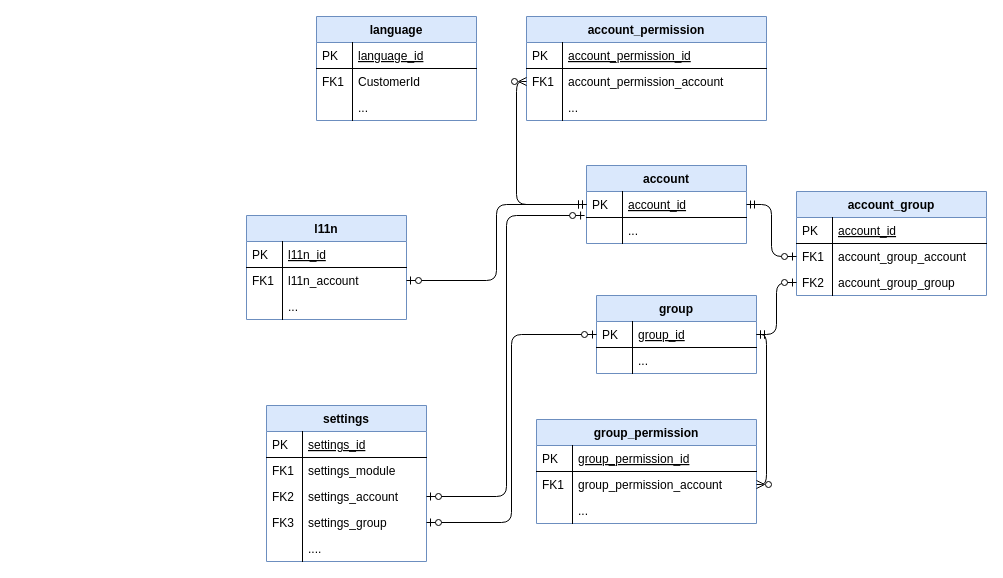
This is page "admin" (2 of 8) of app/UML.drawio from Karaka-Management/Assets, a draw.io file, before an edit. Source tidied: cells renumbered, new cells numbered last; positions are measured from the earlier drawing's top-left corner, leaving out a move shared by most shapes. Both pictures are drawn from the tidied source at 100%, with x=0, y=0 at pixel (246, 16).
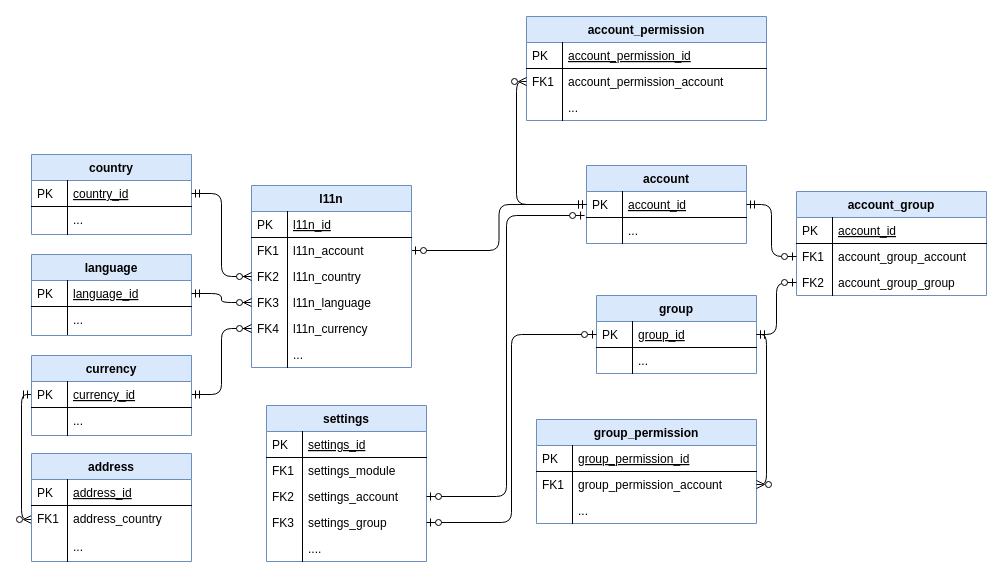
Above is the later version.

What changed in the source:
```diff
@@
-    <mxCell id="12" value="language" style="swimlane;fontStyle=1;horizontal=1;startSize=26;rounded=0;shadow=0;strokeWidth=1;fillColor=#dae8fc;strokeColor=#6c8ebf;" parent="1" vertex="1">
-      <mxGeometry x="70" width="160" height="104" as="geometry" />
-    </mxCell>
-    <mxCell id="13" value="language_id" style="shape=partialRectangle;top=0;left=0;right=0;bottom=1;align=left;verticalAlign=top;fillColor=none;spacingLeft=40;spacingRight=4;overflow=hidden;points=[[0,0.5],[1,0.5]];portConstraint=eastwest;rounded=0;shadow=0;strokeWidth=1;fontStyle=4;" parent="12" vertex="1">
-      <mxGeometry y="26" width="160" height="26" as="geometry" />
-    </mxCell>
-    <mxCell id="14" value="PK" style="shape=partialRectangle;top=0;left=0;bottom=0;fillColor=none;align=left;verticalAlign=top;spacingLeft=4;spacingRight=4;overflow=hidden;" parent="13" vertex="1">
-      <mxGeometry width="36" height="26" as="geometry" />
-    </mxCell>
-    <mxCell id="15" value="CustomerId" style="shape=partialRectangle;top=0;left=0;right=0;bottom=0;align=left;verticalAlign=top;fillColor=none;spacingLeft=40;spacingRight=4;overflow=hidden;rounded=0;shadow=0;strokeWidth=1;" parent="12" vertex="1">
-      <mxGeometry y="52" width="160" height="26" as="geometry" />
-    </mxCell>
-    <mxCell id="16" value="FK1" style="shape=partialRectangle;top=0;left=0;bottom=0;fillColor=none;align=left;verticalAlign=top;spacingLeft=4;spacingRight=4;overflow=hidden;" parent="15" vertex="1">
-      <mxGeometry width="36" height="26" as="geometry" />
-    </mxCell>
-    <mxCell id="17" value="..." style="shape=partialRectangle;top=0;left=0;right=0;bottom=0;align=left;verticalAlign=top;fillColor=none;spacingLeft=40;spacingRight=4;overflow=hidden;rounded=0;shadow=0;strokeWidth=1;" parent="12" vertex="1">
-      <mxGeometry y="78" width="160" height="26" as="geometry" />
-    </mxCell>
-    <mxCell id="18" style="shape=partialRectangle;top=0;left=0;bottom=0;fillColor=none;align=left;verticalAlign=top;spacingLeft=4;spacingRight=4;overflow=hidden;" parent="17" vertex="1">
-      <mxGeometry width="36" height="26" as="geometry" />
-    </mxCell>
-    <mxCell id="19" value="l11n" style="swimlane;fontStyle=1;horizontal=1;startSize=26;rounded=0;shadow=0;strokeWidth=1;fillColor=#dae8fc;strokeColor=#6c8ebf;" parent="1" vertex="1">
-      <mxGeometry y="199" width="160" height="104" as="geometry" />
-    </mxCell>
-    <mxCell id="20" value="l11n_id" style="shape=partialRectangle;top=0;left=0;right=0;bottom=1;align=left;verticalAlign=top;fillColor=none;spacingLeft=40;spacingRight=4;overflow=hidden;rounded=0;shadow=0;strokeWidth=1;fontStyle=4;" parent="19" vertex="1">
-      <mxGeometry y="26" width="160" height="26" as="geometry" />
-    </mxCell>
-    <mxCell id="21" value="PK" style="shape=partialRectangle;top=0;left=0;bottom=0;fillColor=none;align=left;verticalAlign=top;spacingLeft=4;spacingRight=4;overflow=hidden;" parent="20" vertex="1">
-      <mxGeometry width="36" height="26" as="geometry" />
-    </mxCell>
-    <mxCell id="22" value="l11n_account" style="shape=partialRectangle;top=0;left=0;right=0;bottom=0;align=left;verticalAlign=top;fillColor=none;spacingLeft=40;spacingRight=4;overflow=hidden;points=[[0,0.5],[1,0.5]];portConstraint=eastwest;rounded=0;shadow=0;strokeWidth=1;" parent="19" vertex="1">
-      <mxGeometry y="52" width="160" height="26" as="geometry" />
-    </mxCell>
-    <mxCell id="23" value="FK1" style="shape=partialRectangle;top=0;left=0;bottom=0;fillColor=none;align=left;verticalAlign=top;spacingLeft=4;spacingRight=4;overflow=hidden;" parent="22" vertex="1">
-      <mxGeometry width="36" height="26" as="geometry" />
-    </mxCell>
-    <mxCell id="24" value="..." style="shape=partialRectangle;top=0;left=0;right=0;bottom=0;align=left;verticalAlign=top;fillColor=none;spacingLeft=40;spacingRight=4;overflow=hidden;points=[[0,0.5],[1,0.5]];portConstraint=eastwest;rounded=0;shadow=0;strokeWidth=1;" parent="19" vertex="1">
-      <mxGeometry y="78" width="160" height="26" as="geometry" />
-    </mxCell>
-    <mxCell id="25" style="shape=partialRectangle;top=0;left=0;bottom=0;fillColor=none;align=left;verticalAlign=top;spacingLeft=4;spacingRight=4;overflow=hidden;" parent="24" vertex="1">
-      <mxGeometry width="36" height="26" as="geometry" />
-    </mxCell>
@@
+    <mxCell id="19" value="l11n" style="swimlane;fontStyle=1;horizontal=1;startSize=26;rounded=0;shadow=0;strokeWidth=1;fillColor=#dae8fc;strokeColor=#6c8ebf;" parent="1" vertex="1">
+      <mxGeometry x="5" y="169" width="160" height="182" as="geometry" />
+    </mxCell>
+    <mxCell id="20" value="l11n_id" style="shape=partialRectangle;top=0;left=0;right=0;bottom=1;align=left;verticalAlign=top;fillColor=none;spacingLeft=40;spacingRight=4;overflow=hidden;rounded=0;shadow=0;strokeWidth=1;fontStyle=4;" parent="19" vertex="1">
+      <mxGeometry y="26" width="160" height="26" as="geometry" />
+    </mxCell>
+    <mxCell id="21" value="PK" style="shape=partialRectangle;top=0;left=0;bottom=0;fillColor=none;align=left;verticalAlign=top;spacingLeft=4;spacingRight=4;overflow=hidden;" parent="20" vertex="1">
+      <mxGeometry width="36" height="26" as="geometry" />
+    </mxCell>
+    <mxCell id="22" value="l11n_account" style="shape=partialRectangle;top=0;left=0;right=0;bottom=0;align=left;verticalAlign=top;fillColor=none;spacingLeft=40;spacingRight=4;overflow=hidden;points=[[0,0.5],[1,0.5]];portConstraint=eastwest;rounded=0;shadow=0;strokeWidth=1;" parent="19" vertex="1">
+      <mxGeometry y="52" width="160" height="26" as="geometry" />
+    </mxCell>
+    <mxCell id="23" value="FK1" style="shape=partialRectangle;top=0;left=0;bottom=0;fillColor=none;align=left;verticalAlign=top;spacingLeft=4;spacingRight=4;overflow=hidden;" parent="22" vertex="1">
+      <mxGeometry width="36" height="26" as="geometry" />
+    </mxCell>
+    <mxCell id="24" value="l11n_country" style="shape=partialRectangle;top=0;left=0;right=0;bottom=0;align=left;verticalAlign=top;fillColor=none;spacingLeft=40;spacingRight=4;overflow=hidden;points=[[0,0.5],[1,0.5]];portConstraint=eastwest;rounded=0;shadow=0;strokeWidth=1;" parent="19" vertex="1">
+      <mxGeometry y="78" width="160" height="26" as="geometry" />
+    </mxCell>
+    <mxCell id="25" value="FK2" style="shape=partialRectangle;top=0;left=0;bottom=0;fillColor=none;align=left;verticalAlign=top;spacingLeft=4;spacingRight=4;overflow=hidden;" parent="24" vertex="1">
+      <mxGeometry width="36" height="26" as="geometry" />
+    </mxCell>
+    <mxCell id="65" value="l11n_language" style="shape=partialRectangle;top=0;left=0;right=0;bottom=0;align=left;verticalAlign=top;fillColor=none;spacingLeft=40;spacingRight=4;overflow=hidden;points=[[0,0.5],[1,0.5]];portConstraint=eastwest;rounded=0;shadow=0;strokeWidth=1;" parent="19" vertex="1">
+      <mxGeometry y="104" width="160" height="26" as="geometry" />
+    </mxCell>
+    <mxCell id="66" value="FK3" style="shape=partialRectangle;top=0;left=0;bottom=0;fillColor=none;align=left;verticalAlign=top;spacingLeft=4;spacingRight=4;overflow=hidden;" parent="65" vertex="1">
+      <mxGeometry width="36" height="26" as="geometry" />
+    </mxCell>
+    <mxCell id="67" value="l11n_currency" style="shape=partialRectangle;top=0;left=0;right=0;bottom=0;align=left;verticalAlign=top;fillColor=none;spacingLeft=40;spacingRight=4;overflow=hidden;points=[[0,0.5],[1,0.5]];portConstraint=eastwest;rounded=0;shadow=0;strokeWidth=1;" parent="19" vertex="1">
+      <mxGeometry y="130" width="160" height="26" as="geometry" />
+    </mxCell>
+    <mxCell id="68" value="FK4" style="shape=partialRectangle;top=0;left=0;bottom=0;fillColor=none;align=left;verticalAlign=top;spacingLeft=4;spacingRight=4;overflow=hidden;" parent="67" vertex="1">
+      <mxGeometry width="36" height="26" as="geometry" />
+    </mxCell>
+    <mxCell id="69" value="..." style="shape=partialRectangle;top=0;left=0;right=0;bottom=0;align=left;verticalAlign=top;fillColor=none;spacingLeft=40;spacingRight=4;overflow=hidden;rounded=0;shadow=0;strokeWidth=1;" parent="19" vertex="1">
+      <mxGeometry y="156" width="160" height="26" as="geometry" />
+    </mxCell>
+    <mxCell id="70" style="shape=partialRectangle;top=0;left=0;bottom=0;fillColor=none;align=left;verticalAlign=top;spacingLeft=4;spacingRight=4;overflow=hidden;" parent="69" vertex="1">
+      <mxGeometry width="36" height="26" as="geometry" />
+    </mxCell>
+    <mxCell id="71" value="country" style="swimlane;fontStyle=1;horizontal=1;startSize=26;rounded=0;shadow=0;strokeWidth=1;fillColor=#dae8fc;strokeColor=#6c8ebf;" parent="1" vertex="1">
+      <mxGeometry x="-215" y="138" width="160" height="80" as="geometry" />
+    </mxCell>
+    <mxCell id="72" value="country_id" style="shape=partialRectangle;top=0;left=0;right=0;bottom=1;align=left;verticalAlign=top;fillColor=none;spacingLeft=40;spacingRight=4;overflow=hidden;points=[[0,0.5],[1,0.5]];portConstraint=eastwest;rounded=0;shadow=0;strokeWidth=1;fontStyle=4;" parent="71" vertex="1">
+      <mxGeometry y="26" width="160" height="26" as="geometry" />
+    </mxCell>
+    <mxCell id="73" value="PK" style="shape=partialRectangle;top=0;left=0;bottom=0;fillColor=none;align=left;verticalAlign=top;spacingLeft=4;spacingRight=4;overflow=hidden;" parent="72" vertex="1">
+      <mxGeometry width="36" height="26" as="geometry" />
+    </mxCell>
+    <mxCell id="74" value="..." style="shape=partialRectangle;top=0;left=0;right=0;bottom=0;align=left;verticalAlign=top;fillColor=none;spacingLeft=40;spacingRight=4;overflow=hidden;rounded=0;shadow=0;strokeWidth=1;" parent="71" vertex="1">
+      <mxGeometry y="52" width="160" height="28" as="geometry" />
+    </mxCell>
+    <mxCell id="75" style="shape=partialRectangle;top=0;left=0;bottom=0;fillColor=none;align=left;verticalAlign=top;spacingLeft=4;spacingRight=4;overflow=hidden;" parent="74" vertex="1">
+      <mxGeometry width="36" height="28" as="geometry" />
+    </mxCell>
+    <mxCell id="12" value="language" style="swimlane;fontStyle=1;horizontal=1;startSize=26;rounded=0;shadow=0;strokeWidth=1;fillColor=#dae8fc;strokeColor=#6c8ebf;" parent="1" vertex="1">
+      <mxGeometry x="-215" y="238" width="160" height="81" as="geometry" />
+    </mxCell>
+    <mxCell id="13" value="language_id" style="shape=partialRectangle;top=0;left=0;right=0;bottom=1;align=left;verticalAlign=top;fillColor=none;spacingLeft=40;spacingRight=4;overflow=hidden;points=[[0,0.5],[1,0.5]];portConstraint=eastwest;rounded=0;shadow=0;strokeWidth=1;fontStyle=4;" parent="12" vertex="1">
+      <mxGeometry y="26" width="160" height="26" as="geometry" />
+    </mxCell>
+    <mxCell id="14" value="PK" style="shape=partialRectangle;top=0;left=0;bottom=0;fillColor=none;align=left;verticalAlign=top;spacingLeft=4;spacingRight=4;overflow=hidden;" parent="13" vertex="1">
+      <mxGeometry width="36" height="26" as="geometry" />
+    </mxCell>
+    <mxCell id="17" value="..." style="shape=partialRectangle;top=0;left=0;right=0;bottom=0;align=left;verticalAlign=top;fillColor=none;spacingLeft=40;spacingRight=4;overflow=hidden;rounded=0;shadow=0;strokeWidth=1;" parent="12" vertex="1">
+      <mxGeometry y="52" width="160" height="28" as="geometry" />
+    </mxCell>
+    <mxCell id="18" style="shape=partialRectangle;top=0;left=0;bottom=0;fillColor=none;align=left;verticalAlign=top;spacingLeft=4;spacingRight=4;overflow=hidden;" parent="17" vertex="1">
+      <mxGeometry width="36" height="28" as="geometry" />
+    </mxCell>
+    <mxCell id="76" style="edgeStyle=orthogonalEdgeStyle;fontSize=12;html=1;endArrow=ERzeroToMany;startArrow=ERmandOne;entryX=0;entryY=0.5;entryDx=0;entryDy=0;endFill=1;exitX=1;exitY=0.5;exitDx=0;exitDy=0;" parent="1" edge="1" source="81" target="67">
+      <mxGeometry relative="1" as="geometry" />
+    </mxCell>
+    <mxCell id="77" style="edgeStyle=orthogonalEdgeStyle;fontSize=12;html=1;endArrow=ERzeroToMany;startArrow=ERmandOne;entryX=0;entryY=0.5;entryDx=0;entryDy=0;endFill=1;exitX=1;exitY=0.5;exitDx=0;exitDy=0;" parent="1" edge="1" source="13" target="65">
+      <mxGeometry relative="1" as="geometry" />
+    </mxCell>
+    <mxCell id="78" style="edgeStyle=orthogonalEdgeStyle;fontSize=12;html=1;endArrow=ERzeroToMany;startArrow=ERmandOne;entryX=0;entryY=0.5;entryDx=0;entryDy=0;endFill=1;exitX=1;exitY=0.5;exitDx=0;exitDy=0;" parent="1" edge="1" source="72" target="24">
+      <mxGeometry relative="1" as="geometry" />
+    </mxCell>
+    <mxCell id="79" style="edgeStyle=orthogonalEdgeStyle;fontSize=12;html=1;endArrow=ERzeroToMany;startArrow=ERmandOne;entryX=0;entryY=0.5;entryDx=0;entryDy=0;exitX=0;exitY=0.5;exitDx=0;exitDy=0;endFill=1;" parent="1" edge="1" source="81" target="88">
+      <mxGeometry relative="1" as="geometry" />
+    </mxCell>
+    <mxCell id="80" value="currency" style="swimlane;fontStyle=1;horizontal=1;startSize=26;rounded=0;shadow=0;strokeWidth=1;fillColor=#dae8fc;strokeColor=#6c8ebf;" parent="1" vertex="1">
+      <mxGeometry x="-215" y="339" width="160" height="80" as="geometry" />
+    </mxCell>
+    <mxCell id="81" value="currency_id" style="shape=partialRectangle;top=0;left=0;right=0;bottom=1;align=left;verticalAlign=top;fillColor=none;spacingLeft=40;spacingRight=4;overflow=hidden;points=[[0,0.5],[1,0.5]];portConstraint=eastwest;rounded=0;shadow=0;strokeWidth=1;fontStyle=4;" parent="80" vertex="1">
+      <mxGeometry y="26" width="160" height="26" as="geometry" />
+    </mxCell>
+    <mxCell id="82" value="PK" style="shape=partialRectangle;top=0;left=0;bottom=0;fillColor=none;align=left;verticalAlign=top;spacingLeft=4;spacingRight=4;overflow=hidden;" parent="81" vertex="1">
+      <mxGeometry width="36" height="26" as="geometry" />
+    </mxCell>
+    <mxCell id="83" value="..." style="shape=partialRectangle;top=0;left=0;right=0;bottom=0;align=left;verticalAlign=top;fillColor=none;spacingLeft=40;spacingRight=4;overflow=hidden;rounded=0;shadow=0;strokeWidth=1;" parent="80" vertex="1">
+      <mxGeometry y="52" width="160" height="28" as="geometry" />
+    </mxCell>
+    <mxCell id="84" style="shape=partialRectangle;top=0;left=0;bottom=0;fillColor=none;align=left;verticalAlign=top;spacingLeft=4;spacingRight=4;overflow=hidden;" parent="83" vertex="1">
+      <mxGeometry width="36" height="28" as="geometry" />
+    </mxCell>
+    <mxCell id="85" value="address" style="swimlane;fontStyle=1;horizontal=1;startSize=26;rounded=0;shadow=0;strokeWidth=1;fillColor=#dae8fc;strokeColor=#6c8ebf;" parent="1" vertex="1">
+      <mxGeometry x="-215" y="437" width="160" height="108" as="geometry" />
+    </mxCell>
+    <mxCell id="86" value="address_id" style="shape=partialRectangle;top=0;left=0;right=0;bottom=1;align=left;verticalAlign=top;fillColor=none;spacingLeft=40;spacingRight=4;overflow=hidden;rounded=0;shadow=0;strokeWidth=1;fontStyle=4;" parent="85" vertex="1">
+      <mxGeometry y="26" width="160" height="26" as="geometry" />
+    </mxCell>
+    <mxCell id="87" value="PK" style="shape=partialRectangle;top=0;left=0;bottom=0;fillColor=none;align=left;verticalAlign=top;spacingLeft=4;spacingRight=4;overflow=hidden;" parent="86" vertex="1">
+      <mxGeometry width="36" height="26" as="geometry" />
+    </mxCell>
+    <mxCell id="88" value="address_country" style="shape=partialRectangle;top=0;left=0;right=0;bottom=0;align=left;verticalAlign=top;fillColor=none;spacingLeft=40;spacingRight=4;overflow=hidden;points=[[0,0.5],[1,0.5]];portConstraint=eastwest;rounded=0;shadow=0;strokeWidth=1;" parent="85" vertex="1">
+      <mxGeometry y="52" width="160" height="28" as="geometry" />
+    </mxCell>
+    <mxCell id="16" value="FK1" style="shape=partialRectangle;top=0;left=0;bottom=0;fillColor=none;align=left;verticalAlign=top;spacingLeft=4;spacingRight=4;overflow=hidden;" parent="88" vertex="1">
+      <mxGeometry width="36" height="28" as="geometry" />
+    </mxCell>
+    <mxCell id="89" value="..." style="shape=partialRectangle;top=0;left=0;right=0;bottom=0;align=left;verticalAlign=top;fillColor=none;spacingLeft=40;spacingRight=4;overflow=hidden;rounded=0;shadow=0;strokeWidth=1;" parent="85" vertex="1">
+      <mxGeometry y="80" width="160" height="28" as="geometry" />
+    </mxCell>
+    <mxCell id="90" style="shape=partialRectangle;top=0;left=0;bottom=0;fillColor=none;align=left;verticalAlign=top;spacingLeft=4;spacingRight=4;overflow=hidden;" parent="89" vertex="1">
+      <mxGeometry width="36" height="28" as="geometry" />
+    </mxCell>
```
